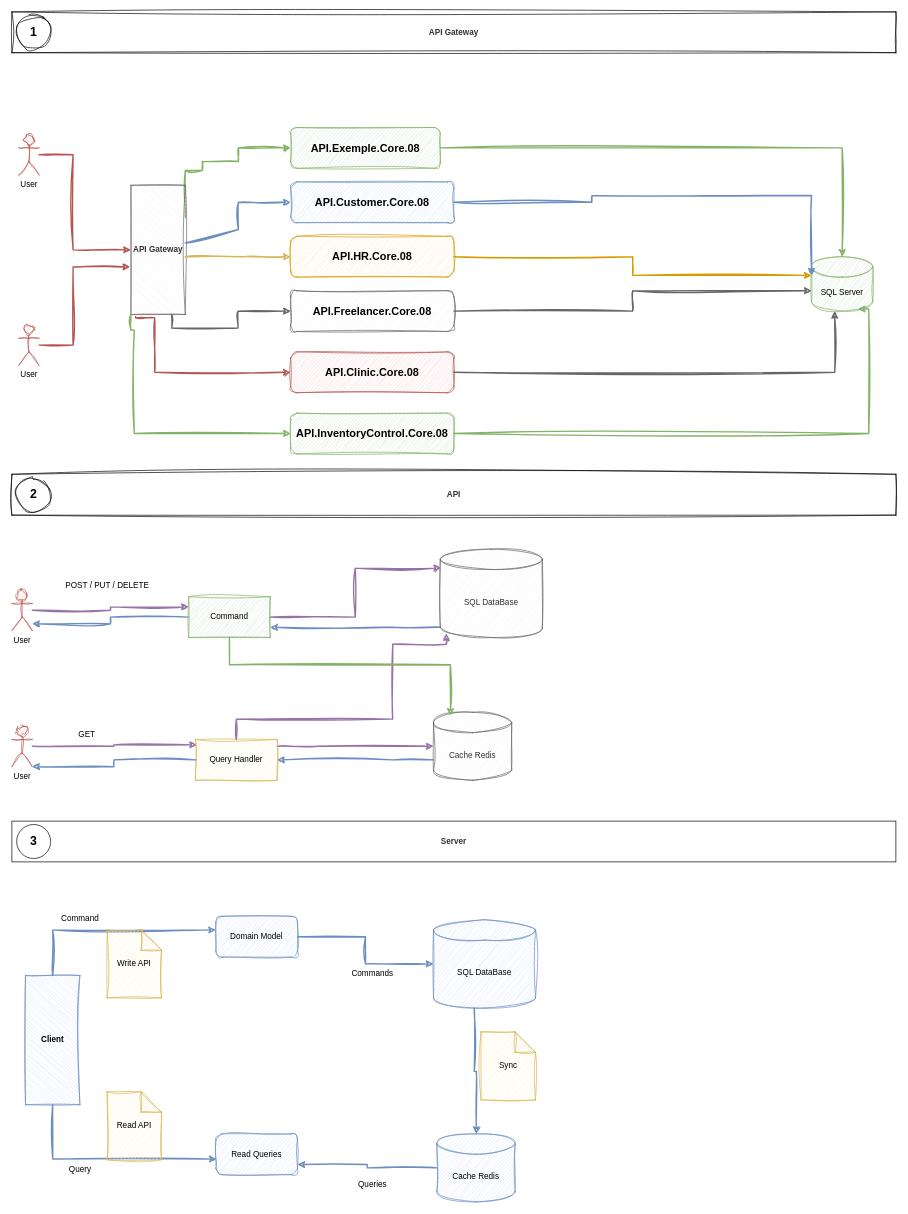
The draw.io diagram Documento/02 - API.Gateway/02 - API.Gateway.drawio in gfmaurila/poc.ddd.cqrs.laboratorio.2025, before the edit. Source tidied: cells renumbered, new cells numbered last; positions are measured from the earlier drawing's top-left corner, leaving out a move shared by most shapes. Both pictures are drawn from the tidied source at 68%, with x=0, y=0 at pixel (-12, 12).
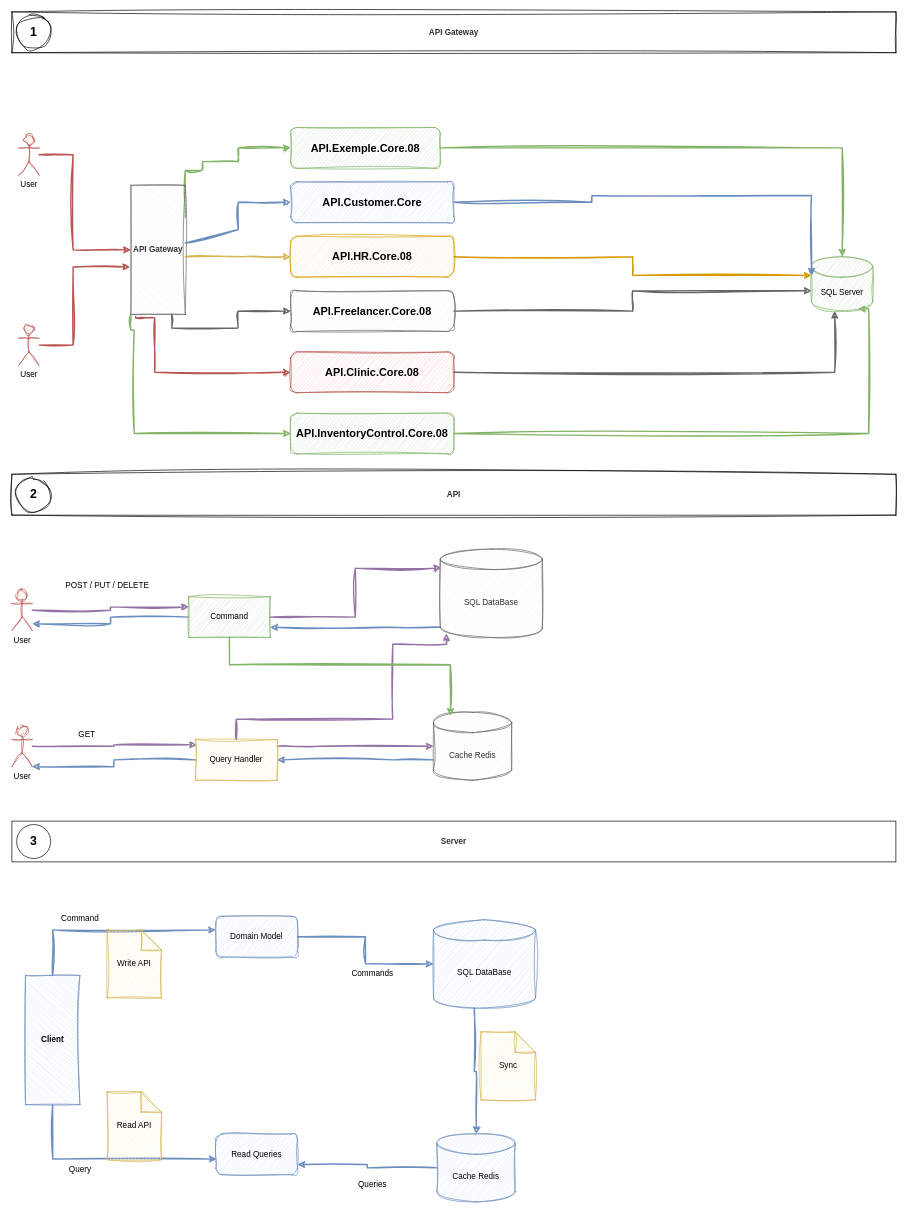
Above is the later version.

What changed in the source:
```diff
@@
-    <mxCell id="11" value="&lt;span style=&quot;font-size: 16px; font-weight: 700;&quot;&gt;API.&lt;/span&gt;&lt;b style=&quot;font-size: 16px;&quot;&gt;Customer&lt;/b&gt;&lt;span style=&quot;font-size: 16px; font-weight: 700;&quot;&gt;.Core.08&lt;/span&gt;" style="rounded=1;whiteSpace=wrap;html=1;fillColor=#dae8fc;strokeColor=#6c8ebf;sketch=1;curveFitting=1;jiggle=2;" parent="1" vertex="1">
+    <mxCell id="11" value="&lt;span style=&quot;font-size: 16px; font-weight: 700;&quot;&gt;API.&lt;/span&gt;&lt;b style=&quot;font-size: 16px;&quot;&gt;Customer&lt;/b&gt;&lt;span style=&quot;font-size: 16px; font-weight: 700;&quot;&gt;.Core&lt;/span&gt;" style="rounded=1;whiteSpace=wrap;html=1;fillColor=#dae8fc;strokeColor=#6c8ebf;sketch=1;curveFitting=1;jiggle=2;" parent="1" vertex="1">
       <mxGeometry x="445" y="250" width="240" height="60" as="geometry" />
     </mxCell>
```
